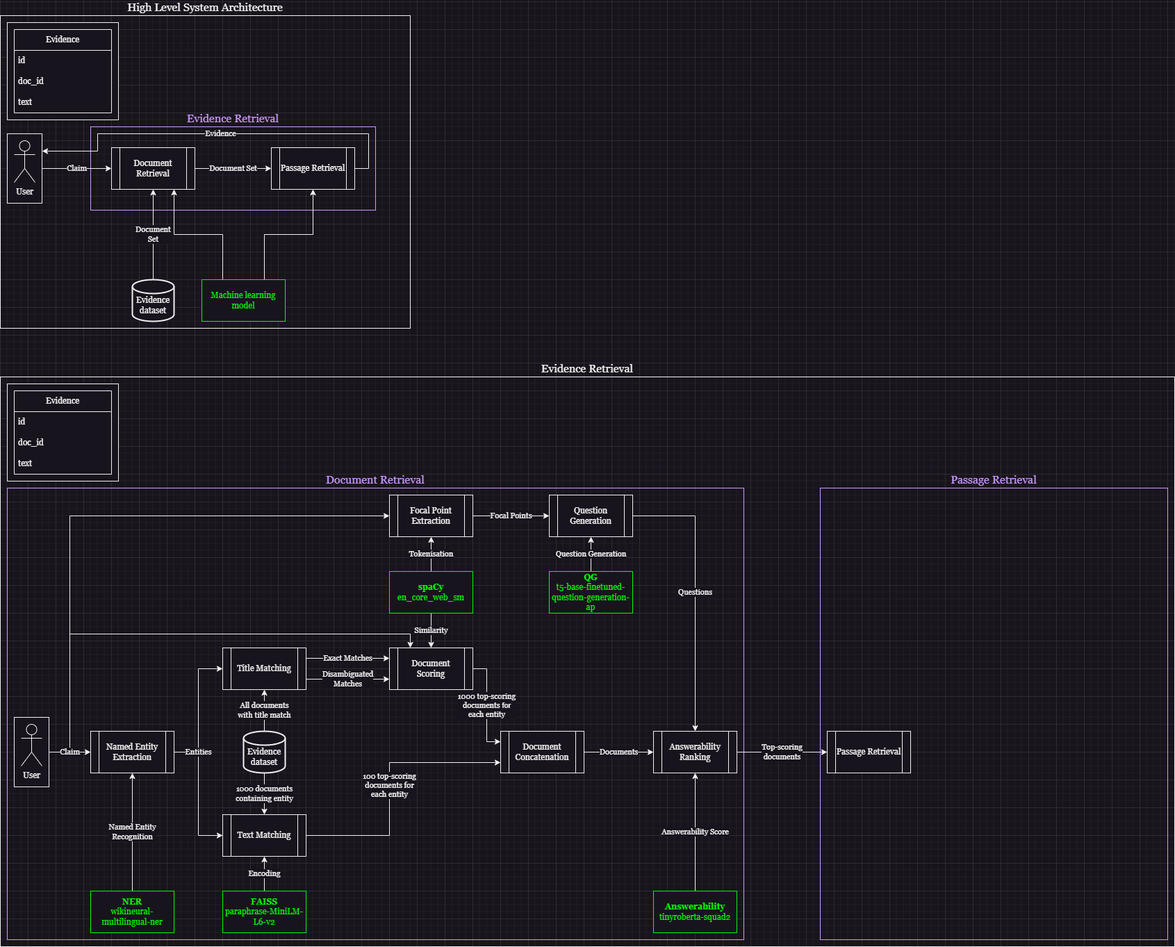
Before: doc/architecture_diagram.png, a diagram exported from draw.io (theobaur13/ESOTERIC). Source tidied: cells renumbered, new cells last; positions are measured from the earlier drawing's top-left corner, leaving out a move shared by most shapes.
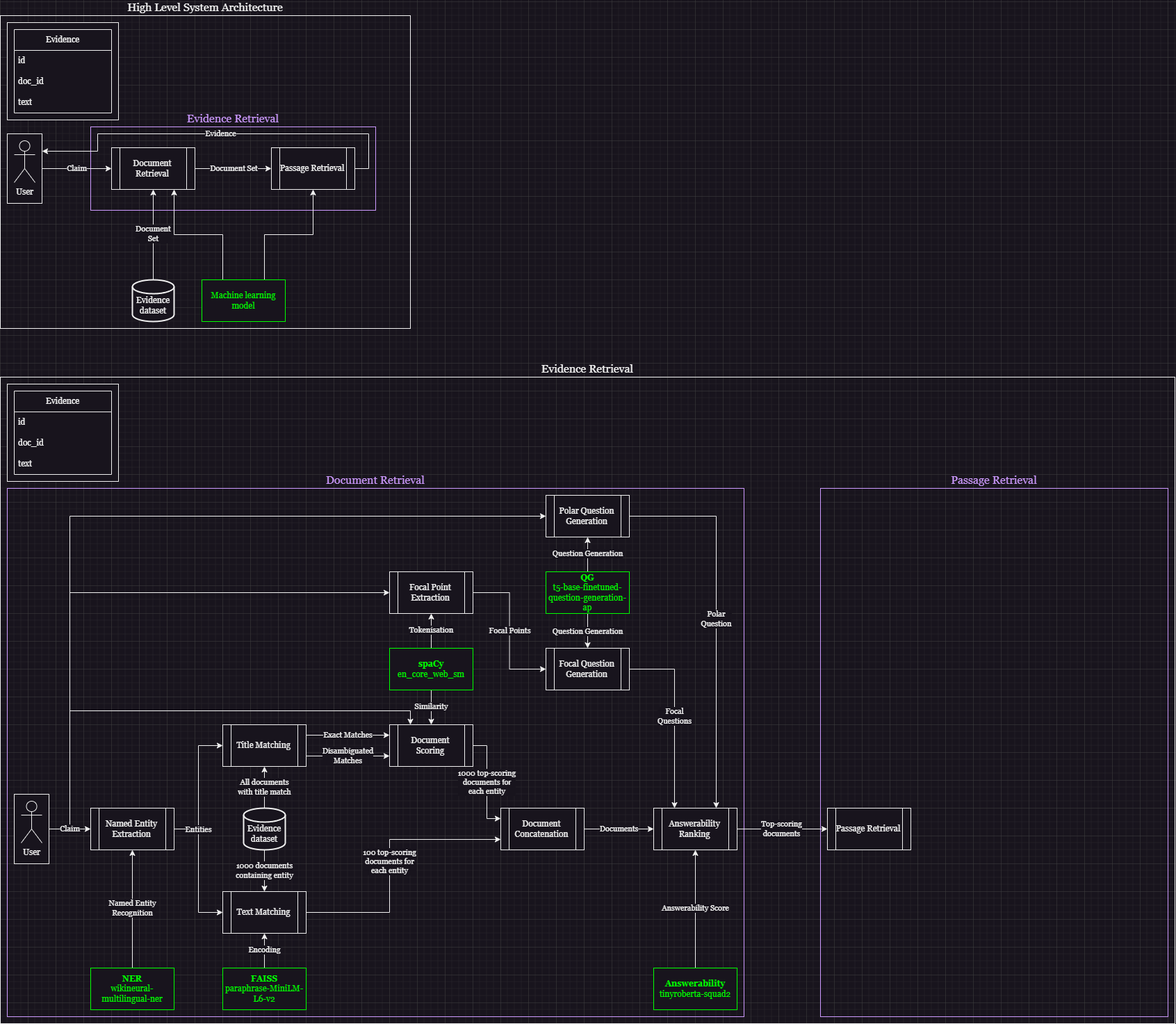
The same diagram one commit later.

The edit, as a diff of the source:
```diff
@@ -9,10 +9,10 @@
       <mxGeometry x="130" y="160" width="410" height="120" as="geometry" />
     </mxCell>
     <mxCell id="4" value="&lt;font style=&quot;font-size: 16px;&quot; face=&quot;Georgia&quot;&gt;Evidence&amp;nbsp;Retrieval&lt;/font&gt;" style="rounded=0;whiteSpace=wrap;html=1;fillColor=none;labelPosition=center;verticalLabelPosition=top;align=center;verticalAlign=bottom;" parent="1" vertex="1">
-      <mxGeometry y="520" width="1690" height="820" as="geometry" />
+      <mxGeometry y="520" width="1690" height="930" as="geometry" />
     </mxCell>
     <mxCell id="5" value="&lt;font style=&quot;font-size: 16px;&quot; face=&quot;Georgia&quot;&gt;Document Retrieval&lt;/font&gt;" style="rounded=0;whiteSpace=wrap;html=1;fillColor=none;labelPosition=center;verticalLabelPosition=top;align=center;verticalAlign=bottom;strokeColor=#CC99FF;fontColor=#CC99FF;" parent="1" vertex="1">
-      <mxGeometry x="10" y="680" width="1060" height="650" as="geometry" />
+      <mxGeometry x="10" y="680" width="1060" height="760" as="geometry" />
     </mxCell>
     <mxCell id="6" style="rounded=0;whiteSpace=wrap;html=1;fillColor=default;" parent="1" vertex="1">
       <mxGeometry x="10" y="10" width="160" height="140" as="geometry" />
@@ -91,7 +91,7 @@
       <mxGeometry y="90" width="140" height="30" as="geometry" />
     </mxCell>
     <mxCell id="29" style="group;" parent="1" vertex="1">
-      <mxGeometry x="20" y="1010" width="50" height="100" as="geometry" />
+      <mxGeometry x="20" y="1120" width="50" height="100" as="geometry" />
     </mxCell>
     <mxCell id="30" style="rounded=0;whiteSpace=wrap;html=1;" parent="29" vertex="1">
       <mxGeometry width="50" height="100" as="geometry" />
@@ -106,13 +106,13 @@
       <mxGeometry x="-0.63" relative="1" as="geometry" />
     </mxCell>
     <mxCell id="34" value="&lt;font face=&quot;Georgia&quot;&gt;Named Entity Extraction&lt;/font&gt;" style="shape=process;whiteSpace=wrap;html=1;backgroundOutline=1;" parent="1" vertex="1">
-      <mxGeometry x="130" y="1030" width="120" height="60" as="geometry" />
+      <mxGeometry x="130" y="1140" width="120" height="60" as="geometry" />
     </mxCell>
     <mxCell id="35" value="&lt;font face=&quot;Georgia&quot;&gt;Named Entity&lt;br&gt;Recognition&lt;/font&gt;" style="edgeStyle=orthogonalEdgeStyle;rounded=0;jettySize=auto;html=1;exitX=0.5;exitY=0;exitDx=0;exitDy=0;entryX=0.5;entryY=1;entryDx=0;entryDy=0;" parent="1" edge="1" source="36" target="34">
       <mxGeometry relative="1" as="geometry" />
     </mxCell>
     <mxCell id="36" value="&lt;font face=&quot;Georgia&quot;&gt;&lt;b&gt;NER&lt;/b&gt;&lt;br&gt;wikineural-multilingual-ner&lt;br&gt;&lt;/font&gt;" style="rounded=0;whiteSpace=wrap;html=1;strokeColor=#00FF00;fontColor=#00FF00;" parent="1" vertex="1">
-      <mxGeometry x="130" y="1260" width="120" height="60" as="geometry" />
+      <mxGeometry x="130" y="1370" width="120" height="60" as="geometry" />
     </mxCell>
     <mxCell id="37" value="&lt;font face=&quot;Georgia&quot;&gt;Exact Matches&lt;/font&gt;" style="edgeStyle=orthogonalEdgeStyle;rounded=0;jettySize=auto;html=1;exitX=1;exitY=0.25;exitDx=0;exitDy=0;entryX=0;entryY=0.25;entryDx=0;entryDy=0;" parent="1" edge="1" source="39" target="48">
       <mxGeometry relative="1" as="geometry" />
@@ -121,18 +121,18 @@
       <mxGeometry relative="1" as="geometry" />
     </mxCell>
     <mxCell id="39" value="&lt;font face=&quot;Georgia&quot;&gt;Title Matching&lt;/font&gt;" style="shape=process;whiteSpace=wrap;html=1;backgroundOutline=1;" parent="1" vertex="1">
-      <mxGeometry x="320" y="910" width="120" height="60" as="geometry" />
+      <mxGeometry x="320" y="1020" width="120" height="60" as="geometry" />
     </mxCell>
     <mxCell id="40" value="&lt;font face=&quot;Georgia&quot;&gt;100 top-scoring&lt;br&gt;documents for&lt;br&gt;each entity&lt;br&gt;&lt;/font&gt;" style="edgeStyle=orthogonalEdgeStyle;rounded=0;jettySize=auto;html=1;exitX=1;exitY=0.5;exitDx=0;exitDy=0;entryX=0;entryY=0.75;entryDx=0;entryDy=0;" parent="1" edge="1" source="41" target="50">
       <mxGeometry relative="1" as="geometry">
         <Array as="points">
-          <mxPoint x="560" y="1180" />
-          <mxPoint x="560" y="1075" />
+          <mxPoint x="560" y="1290" />
+          <mxPoint x="560" y="1185" />
         </Array>
       </mxGeometry>
     </mxCell>
     <mxCell id="41" value="&lt;font face=&quot;Georgia&quot;&gt;Text Matching&lt;/font&gt;" style="shape=process;whiteSpace=wrap;html=1;backgroundOutline=1;" parent="1" vertex="1">
-      <mxGeometry x="320" y="1150" width="120" height="60" as="geometry" />
+      <mxGeometry x="320" y="1260" width="120" height="60" as="geometry" />
     </mxCell>
     <mxCell id="42" value="All documents&lt;br&gt;with title match" style="edgeStyle=orthogonalEdgeStyle;rounded=0;jettySize=auto;html=1;exitX=0.5;exitY=0;exitDx=0;exitDy=0;exitPerimeter=0;entryX=0.5;entryY=1;entryDx=0;entryDy=0;fontFamily=Georgia;" parent="1" edge="1" source="44" target="39">
       <mxGeometry relative="1" as="geometry" />
@@ -141,25 +141,25 @@
       <mxGeometry relative="1" as="geometry" />
     </mxCell>
     <mxCell id="44" value="&lt;font face=&quot;Georgia&quot;&gt;&lt;br&gt;Evidence dataset&lt;/font&gt;" style="strokeWidth=2;html=1;shape=mxgraph.flowchart.database;whiteSpace=wrap;verticalAlign=middle;" parent="1" vertex="1">
-      <mxGeometry x="350" y="1030" width="60" height="60" as="geometry" />
+      <mxGeometry x="350" y="1140" width="60" height="60" as="geometry" />
     </mxCell>
     <mxCell id="45" value="Encoding" style="edgeStyle=orthogonalEdgeStyle;rounded=0;jettySize=auto;html=1;exitX=0.5;exitY=0;exitDx=0;exitDy=0;entryX=0.5;entryY=1;entryDx=0;entryDy=0;fontFamily=Georgia;" parent="1" edge="1" source="46" target="41">
       <mxGeometry relative="1" as="geometry" />
     </mxCell>
     <mxCell id="46" value="&lt;font face=&quot;Georgia&quot;&gt;&lt;b&gt;FAISS&lt;br&gt;&lt;/b&gt;paraphrase-MiniLM-L6-v2&lt;/font&gt;" style="rounded=0;whiteSpace=wrap;html=1;fontColor=#00FF00;strokeColor=#00FF00;" parent="1" vertex="1">
-      <mxGeometry x="320" y="1260" width="120" height="60" as="geometry" />
+      <mxGeometry x="320" y="1370" width="120" height="60" as="geometry" />
     </mxCell>
     <mxCell id="47" value="&lt;font face=&quot;Georgia&quot;&gt;1000 top-scoring&lt;br&gt;documents&amp;nbsp;&lt;/font&gt;for&lt;br style=&quot;font-family: Georgia;&quot;&gt;&lt;span style=&quot;font-family: Georgia;&quot;&gt;each entity&lt;/span&gt;" style="edgeStyle=orthogonalEdgeStyle;rounded=0;jettySize=auto;html=1;exitX=1;exitY=0.5;exitDx=0;exitDy=0;entryX=0;entryY=0.25;entryDx=0;entryDy=0;" parent="1" edge="1" source="48" target="50">
       <mxGeometry relative="1" as="geometry" />
     </mxCell>
     <mxCell id="48" value="&lt;font face=&quot;Georgia&quot;&gt;Document Scoring&lt;/font&gt;" style="shape=process;whiteSpace=wrap;html=1;backgroundOutline=1;" parent="1" vertex="1">
-      <mxGeometry x="560" y="910" width="120" height="60" as="geometry" />
+      <mxGeometry x="560" y="1020" width="120" height="60" as="geometry" />
     </mxCell>
     <mxCell id="49" value="&lt;font face=&quot;Georgia&quot;&gt;Documents&lt;/font&gt;" style="edgeStyle=orthogonalEdgeStyle;rounded=0;jettySize=auto;html=1;exitX=1;exitY=0.5;exitDx=0;exitDy=0;entryX=0;entryY=0.5;entryDx=0;entryDy=0;" parent="1" edge="1" source="50" target="56">
       <mxGeometry relative="1" as="geometry" />
     </mxCell>
     <mxCell id="50" value="&lt;font face=&quot;Georgia&quot;&gt;Document Concatenation&lt;/font&gt;" style="shape=process;whiteSpace=wrap;html=1;backgroundOutline=1;" parent="1" vertex="1">
-      <mxGeometry x="720" y="1030" width="120" height="60" as="geometry" />
+      <mxGeometry x="720" y="1140" width="120" height="60" as="geometry" />
     </mxCell>
     <mxCell id="51" value="&lt;font face=&quot;Georgia&quot;&gt;Similarity&lt;/font&gt;" style="edgeStyle=orthogonalEdgeStyle;rounded=0;jettySize=auto;html=1;exitX=0.5;exitY=1;exitDx=0;exitDy=0;entryX=0.5;entryY=0;entryDx=0;entryDy=0;" parent="1" edge="1" source="53" target="48">
       <mxGeometry x="-0.01" relative="1" as="geometry" />
@@ -168,40 +168,43 @@
       <mxGeometry relative="1" as="geometry" />
     </mxCell>
     <mxCell id="53" value="&lt;font face=&quot;Georgia&quot;&gt;&lt;b&gt;spaCy&lt;/b&gt;&lt;br&gt;en_core_web_sm&lt;/font&gt;" style="rounded=0;whiteSpace=wrap;html=1;strokeColor=#00FF00;fontColor=#00FF00;" parent="1" vertex="1">
-      <mxGeometry x="560" y="800" width="120" height="60" as="geometry" />
+      <mxGeometry x="560" y="910" width="120" height="60" as="geometry" />
     </mxCell>
     <mxCell id="54" value="&lt;font style=&quot;font-size: 16px;&quot; face=&quot;Georgia&quot;&gt;Passage Retrieval&lt;/font&gt;" style="rounded=0;whiteSpace=wrap;html=1;fillColor=none;labelPosition=center;verticalLabelPosition=top;align=center;verticalAlign=bottom;strokeColor=#CC99FF;fontColor=#CC99FF;" parent="1" vertex="1">
-      <mxGeometry x="1180" y="680" width="500" height="650" as="geometry" />
+      <mxGeometry x="1180" y="680" width="500" height="760" as="geometry" />
     </mxCell>
     <mxCell id="55" value="Top-scoring&lt;br&gt;documents" style="edgeStyle=orthogonalEdgeStyle;rounded=0;jettySize=auto;html=1;exitX=1;exitY=0.5;exitDx=0;exitDy=0;entryX=0;entryY=0.5;entryDx=0;entryDy=0;fontFamily=Georgia;" parent="1" edge="1" source="56" target="68">
       <mxGeometry relative="1" as="geometry" />
     </mxCell>
     <mxCell id="56" value="&lt;font face=&quot;Georgia&quot;&gt;Answerability Ranking&lt;br&gt;&lt;/font&gt;" style="shape=process;whiteSpace=wrap;html=1;backgroundOutline=1;" parent="1" vertex="1">
-      <mxGeometry x="940" y="1030" width="120" height="60" as="geometry" />
+      <mxGeometry x="940" y="1140" width="120" height="60" as="geometry" />
     </mxCell>
-    <mxCell id="57" value="&lt;font face=&quot;Georgia&quot;&gt;Question Generation&lt;/font&gt;" style="edgeStyle=orthogonalEdgeStyle;rounded=0;jettySize=auto;html=1;exitX=0.5;exitY=0;exitDx=0;exitDy=0;entryX=0.5;entryY=1;entryDx=0;entryDy=0;" parent="1" edge="1" source="58" target="62">
+    <mxCell id="57" value="&lt;font face=&quot;Georgia&quot;&gt;Question Generation&lt;/font&gt;" style="edgeStyle=orthogonalEdgeStyle;rounded=0;jettySize=auto;html=1;exitX=0.5;exitY=1;exitDx=0;exitDy=0;entryX=0.5;entryY=0;entryDx=0;entryDy=0;" parent="1" edge="1" source="58" target="62">
       <mxGeometry relative="1" as="geometry" />
     </mxCell>
+    <mxCell id="69" value="&lt;span style=&quot;color: rgb(240, 240, 240); font-family: Georgia; font-size: 11px; font-style: normal; font-variant-ligatures: normal; font-variant-caps: normal; font-weight: 400; letter-spacing: normal; orphans: 2; text-align: center; text-indent: 0px; text-transform: none; widows: 2; word-spacing: 0px; -webkit-text-stroke-width: 0px; background-color: rgb(24, 20, 29); text-decoration-thickness: initial; text-decoration-style: initial; text-decoration-color: initial; float: none; display: inline !important;&quot;&gt;Question Generation&lt;/span&gt;" style="edgeStyle=orthogonalEdgeStyle;rounded=0;jettySize=auto;html=1;exitX=0.5;exitY=0;exitDx=0;exitDy=0;entryX=0.5;entryY=1;entryDx=0;entryDy=0;" parent="1" edge="1" source="58" target="71">
+      <mxGeometry relative="1" as="geometry" />
+    </mxCell>
     <mxCell id="58" value="&lt;font face=&quot;Georgia&quot;&gt;&lt;b&gt;QG&lt;br&gt;&lt;/b&gt;t5-base-finetuned-question-generation-ap&lt;br&gt;&lt;/font&gt;" style="rounded=0;whiteSpace=wrap;html=1;fontColor=#00FF00;strokeColor=#00FF00;" parent="1" vertex="1">
-      <mxGeometry x="790" y="800" width="120" height="60" as="geometry" />
+      <mxGeometry x="785" y="800" width="120" height="60" as="geometry" />
     </mxCell>
     <mxCell id="59" value="&lt;font face=&quot;Georgia&quot;&gt;Focal Points&lt;/font&gt;" style="edgeStyle=orthogonalEdgeStyle;rounded=0;jettySize=auto;html=1;exitX=1;exitY=0.5;exitDx=0;exitDy=0;entryX=0;entryY=0.5;entryDx=0;entryDy=0;" parent="1" edge="1" source="60" target="62">
       <mxGeometry relative="1" as="geometry" />
     </mxCell>
     <mxCell id="60" value="&lt;font face=&quot;Georgia&quot;&gt;Focal Point Extraction&lt;/font&gt;" style="shape=process;whiteSpace=wrap;html=1;backgroundOutline=1;" parent="1" vertex="1">
-      <mxGeometry x="560" y="690" width="120" height="60" as="geometry" />
+      <mxGeometry x="560" y="800" width="120" height="60" as="geometry" />
     </mxCell>
-    <mxCell id="61" value="&lt;font face=&quot;Georgia&quot;&gt;Questions&lt;/font&gt;" style="edgeStyle=orthogonalEdgeStyle;rounded=0;jettySize=auto;html=1;exitX=1;exitY=0.5;exitDx=0;exitDy=0;entryX=0.5;entryY=0;entryDx=0;entryDy=0;" parent="1" edge="1" source="62" target="56">
+    <mxCell id="61" value="&lt;font face=&quot;Georgia&quot;&gt;Focal&lt;br&gt;Questions&lt;/font&gt;" style="edgeStyle=orthogonalEdgeStyle;rounded=0;jettySize=auto;html=1;exitX=1;exitY=0.5;exitDx=0;exitDy=0;entryX=0.25;entryY=0;entryDx=0;entryDy=0;" parent="1" edge="1" source="62" target="56">
       <mxGeometry relative="1" as="geometry" />
     </mxCell>
-    <mxCell id="62" value="&lt;font face=&quot;Georgia&quot;&gt;Question Generation&lt;/font&gt;" style="shape=process;whiteSpace=wrap;html=1;backgroundOutline=1;" parent="1" vertex="1">
-      <mxGeometry x="790" y="690" width="120" height="60" as="geometry" />
+    <mxCell id="62" value="&lt;font face=&quot;Georgia&quot;&gt;Focal Question Generation&lt;/font&gt;" style="shape=process;whiteSpace=wrap;html=1;backgroundOutline=1;" parent="1" vertex="1">
+      <mxGeometry x="785" y="910" width="120" height="60" as="geometry" />
     </mxCell>
     <mxCell id="63" style="edgeStyle=orthogonalEdgeStyle;rounded=0;jettySize=auto;html=1;exitX=1;exitY=0.5;exitDx=0;exitDy=0;entryX=0;entryY=0.5;entryDx=0;entryDy=0;" parent="1" edge="1" source="30" target="60">
       <mxGeometry relative="1" as="geometry">
         <Array as="points">
-          <mxPoint x="100" y="1060" />
-          <mxPoint x="100" y="720" />
+          <mxPoint x="100" y="1170" />
+          <mxPoint x="100" y="830" />
         </Array>
       </mxGeometry>
     </mxCell>
@@ -209,22 +212,36 @@
       <mxGeometry relative="1" as="geometry" />
     </mxCell>
     <mxCell id="65" value="&lt;font face=&quot;Georgia&quot;&gt;&lt;b&gt;Answerability&lt;br&gt;&lt;/b&gt;tinyroberta-squad2&lt;br&gt;&lt;/font&gt;" style="rounded=0;whiteSpace=wrap;html=1;fontColor=#00FF00;strokeColor=#00FF00;" parent="1" vertex="1">
-      <mxGeometry x="940" y="1260" width="120" height="60" as="geometry" />
+      <mxGeometry x="940" y="1370" width="120" height="60" as="geometry" />
     </mxCell>
     <mxCell id="66" style="edgeStyle=orthogonalEdgeStyle;rounded=0;jettySize=auto;html=1;exitX=1;exitY=0.5;exitDx=0;exitDy=0;entryX=0.25;entryY=0;entryDx=0;entryDy=0;" parent="1" edge="1" source="30" target="48">
       <mxGeometry relative="1" as="geometry">
         <Array as="points">
-          <mxPoint x="100" y="1060" />
-          <mxPoint x="100" y="890" />
-          <mxPoint x="590" y="890" />
+          <mxPoint x="100" y="1170" />
+          <mxPoint x="100" y="1000" />
+          <mxPoint x="590" y="1000" />
         </Array>
       </mxGeometry>
     </mxCell>
+    <mxCell id="68" value="&lt;font face=&quot;Georgia&quot;&gt;Passage Retrieval&lt;br&gt;&lt;/font&gt;" style="shape=process;whiteSpace=wrap;html=1;backgroundOutline=1;" parent="1" vertex="1">
+      <mxGeometry x="1190" y="1140" width="120" height="60" as="geometry" />
+    </mxCell>
+    <mxCell id="70" value="&lt;font face=&quot;Georgia&quot;&gt;Polar&lt;br&gt;Question&lt;/font&gt;" style="edgeStyle=orthogonalEdgeStyle;rounded=0;jettySize=auto;html=1;exitX=1;exitY=0.5;exitDx=0;exitDy=0;entryX=0.75;entryY=0;entryDx=0;entryDy=0;" parent="1" edge="1" source="71" target="56">
+      <mxGeometry relative="1" as="geometry" />
+    </mxCell>
+    <mxCell id="71" value="&lt;font face=&quot;Georgia&quot;&gt;Polar Question Generation&lt;/font&gt;" style="shape=process;whiteSpace=wrap;html=1;backgroundOutline=1;" parent="1" vertex="1">
+      <mxGeometry x="785" y="690" width="120" height="60" as="geometry" />
+    </mxCell>
+    <mxCell id="72" style="edgeStyle=orthogonalEdgeStyle;rounded=0;jettySize=auto;html=1;exitX=1;exitY=0.5;exitDx=0;exitDy=0;entryX=0;entryY=0.5;entryDx=0;entryDy=0;" parent="1" edge="1" source="30" target="71">
+      <mxGeometry relative="1" as="geometry">
+        <Array as="points">
+          <mxPoint x="100" y="1170" />
+          <mxPoint x="100" y="720" />
+        </Array>
+      </mxGeometry>
+    </mxCell>
     <mxCell id="67" value="&lt;font face=&quot;Georgia&quot;&gt;Claim&lt;/font&gt;" style="edgeStyle=orthogonalEdgeStyle;rounded=0;jettySize=auto;html=1;exitX=1;exitY=0.5;exitDx=0;exitDy=0;entryX=0;entryY=0.5;entryDx=0;entryDy=0;" parent="1" edge="1" source="30" target="34">
       <mxGeometry relative="1" as="geometry" />
     </mxCell>
-    <mxCell id="68" value="&lt;font face=&quot;Georgia&quot;&gt;Passage Retrieval&lt;br&gt;&lt;/font&gt;" style="shape=process;whiteSpace=wrap;html=1;backgroundOutline=1;" parent="1" vertex="1">
-      <mxGeometry x="1190" y="1030" width="120" height="60" as="geometry" />
-    </mxCell>
   </root>
 </mxGraphModel>
```
